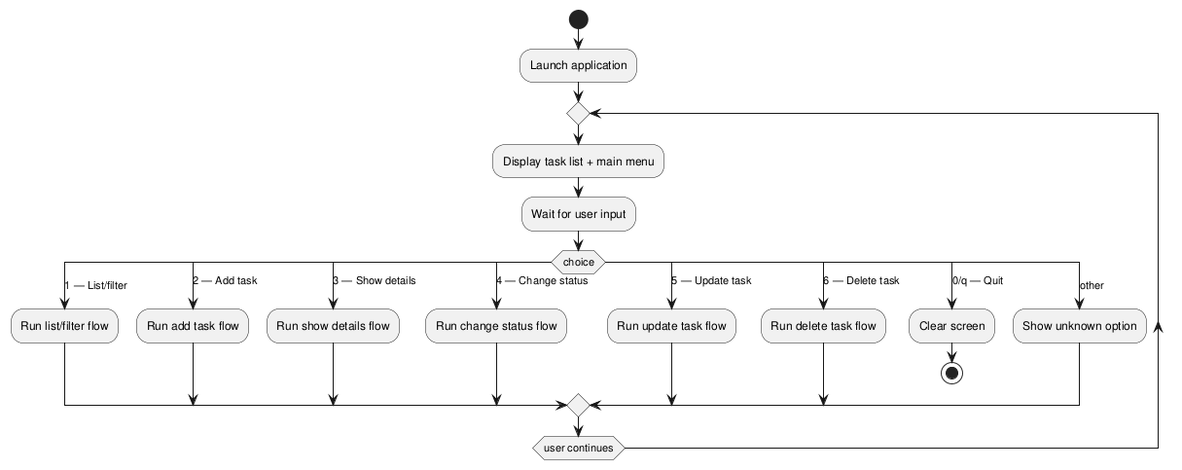
This is experiments/supervisor_as_tools/user_stories/TODO/artifacts/activity_diagram.png from DanielRiha8906/Software_autoevolution_using_agents, a PlantUML export, as it was before one commit.
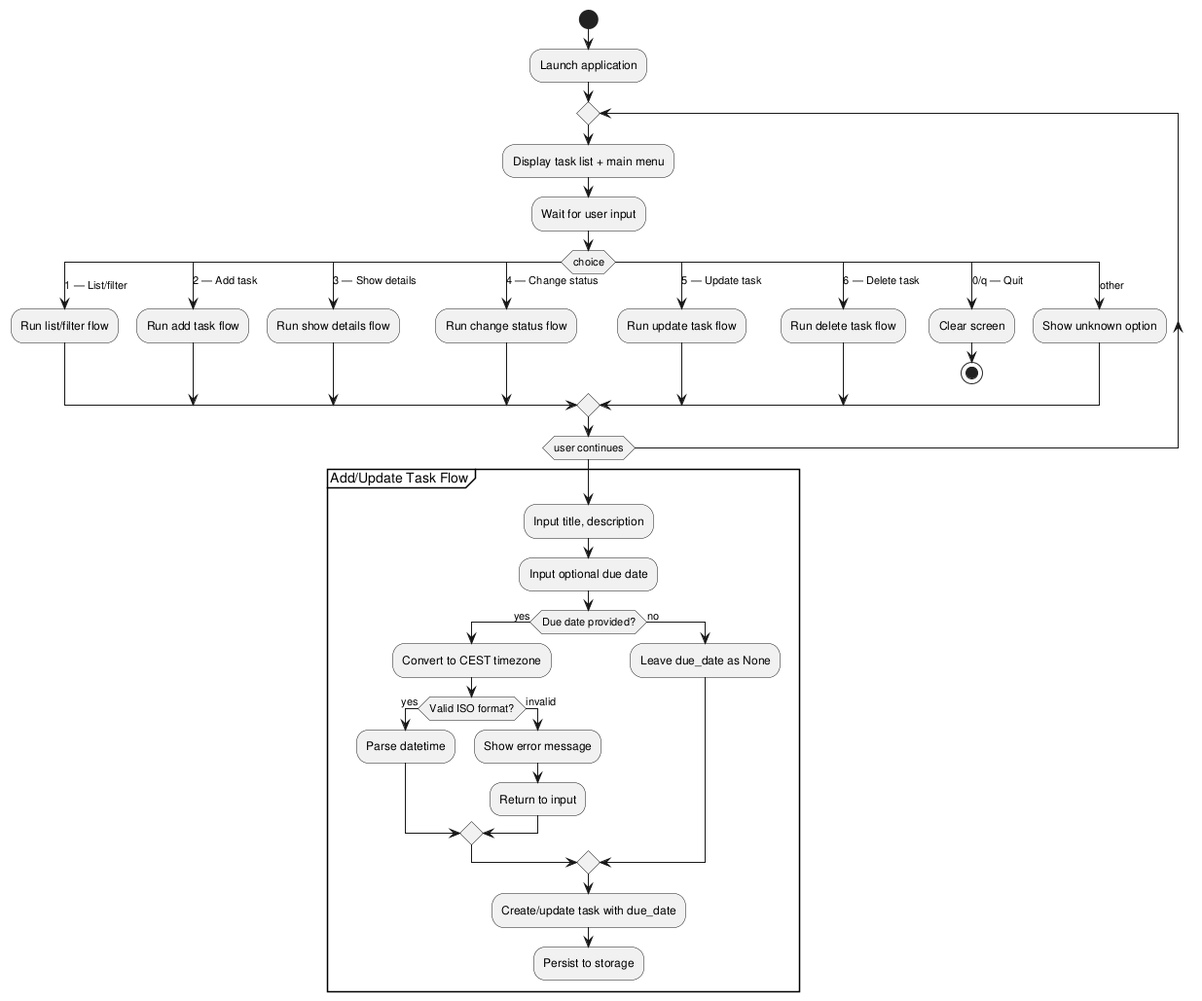
After the commit.

Change to the diagram source:
```diff
@@ -29,4 +29,22 @@
 
 repeat while (user continues)
 
+partition "Add/Update Task Flow" {
+  :Input title, description;
+  :Input optional due date;
+  if (Due date provided?) then (yes)
+    :Convert to CEST timezone;
+    if (Valid ISO format?) then (yes)
+      :Parse datetime;
+    else (invalid)
+      :Show error message;
+      :Return to input;
+    endif
+  else (no)
+    :Leave due_date as None;
+  endif
+  :Create/update task with due_date;
+  :Persist to storage;
+}
+
 @enduml
```
